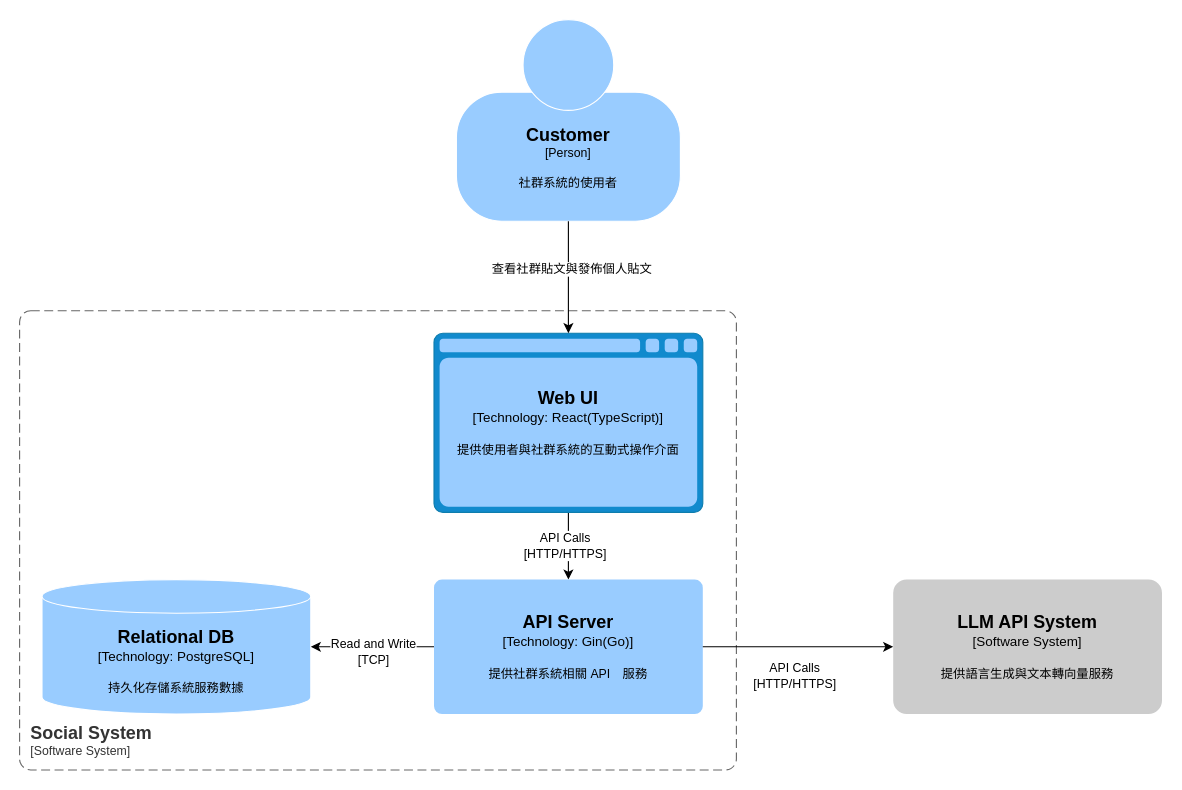
Above: page "c4-container" (1 of 2) of backend/docs/diagram/diagram.drawio in alsk1369854/social-app (draw.io), before the change. Source tidied: cells renumbered, new cells numbered last; positions are measured from the earlier drawing's top-left corner, leaving out a move shared by most shapes. Both pictures are drawn from the tidied source at 112%, with x=0, y=0 at pixel (19, 19).
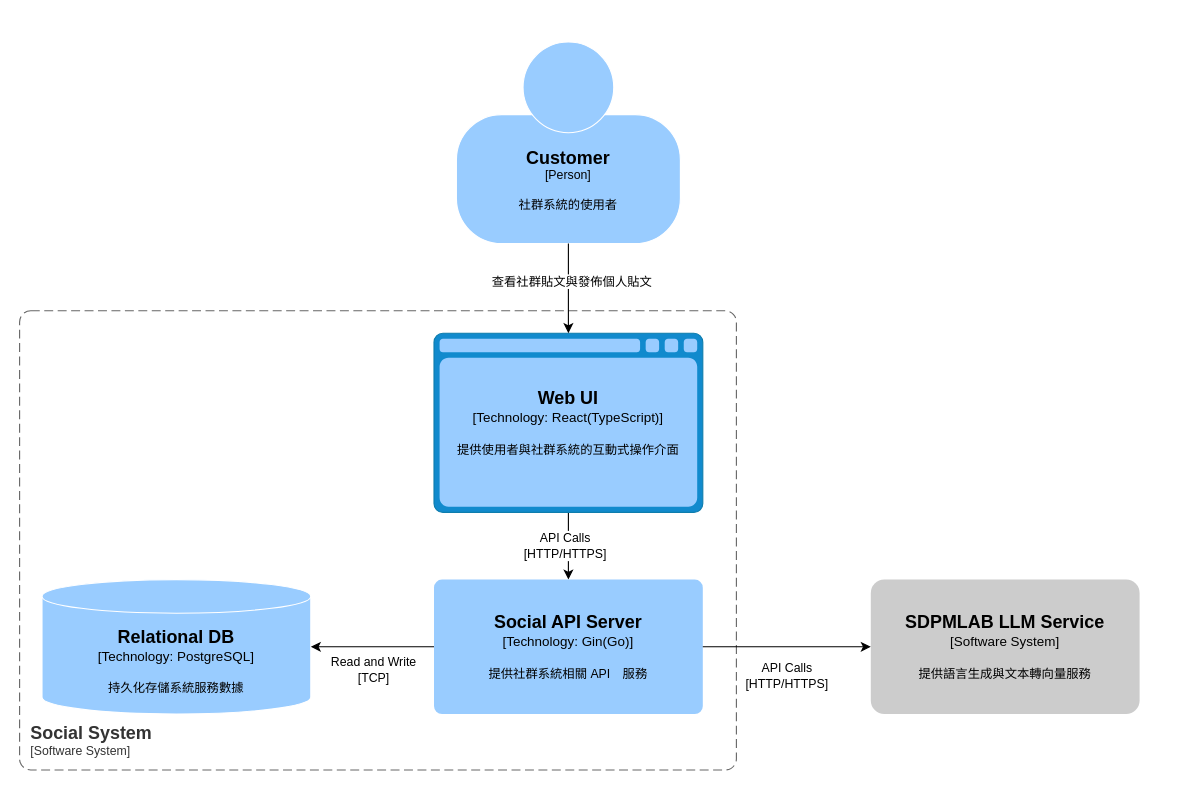
After the change.

The change refers to these unchanged cells:
```xml
<mxCell id="12" style="edgeStyle=none;html=1;entryX=1;entryY=0.5;entryDx=0;entryDy=0;entryPerimeter=0;" parent="1" edge="1" source="7" target="8">
  <mxGeometry relative="1" as="geometry" />
</mxCell>
```

Change to the diagram source:
```diff
@@
     <object id="6" label="&lt;font style=&quot;font-size: 16px&quot;&gt;&lt;b&gt;%c4Name%&lt;/b&gt;&lt;/font&gt;&lt;div&gt;[%c4Type%]&lt;/div&gt;&lt;br&gt;&lt;div&gt;&lt;font style=&quot;font-size: 11px&quot;&gt;&lt;font&gt;%c4Description%&lt;/font&gt;&lt;/font&gt;&lt;/div&gt;" c4Description="社群系統的使用者" c4Name="Customer" c4Type="Person" placeholders="1">
       <mxCell style="html=1;fontSize=11;dashed=0;whiteSpace=wrap;fillColor=light-dark(#99CCFF,#FFFFFF);strokeColor=#FFFFFF;fontColor=default;shape=mxgraph.c4.person2;align=center;points=[[0.5,0,0],[1,0.5,0],[1,0.75,0],[0.75,1,0],[0.5,1,0],[0.25,1,0],[0,0.75,0],[0,0.5,0]];labelBorderColor=none;textShadow=0;labelBackgroundColor=none;" parent="1" vertex="1">
-        <mxGeometry x="390" width="200" height="180" as="geometry" />
+        <mxGeometry x="390" y="20" width="200" height="180" as="geometry" />
       </mxCell>
     </object>
-    <object id="7" label="&lt;font style=&quot;font-size: 16px&quot;&gt;&lt;b&gt;%c4Name%&lt;/b&gt;&lt;/font&gt;&lt;div&gt;[%c4Type%: %c4Technology%]&lt;/div&gt;&lt;br&gt;&lt;div&gt;&lt;font style=&quot;font-size: 11px&quot;&gt;%c4Description%&lt;/font&gt;&lt;/div&gt;" c4Description="提供社群系統相關 API　服務" c4Name="API Server" c4Technology="Gin(Go)" c4Type="Technology" placeholders="1">
+    <object id="7" label="&lt;font style=&quot;font-size: 16px&quot;&gt;&lt;b&gt;%c4Name%&lt;/b&gt;&lt;/font&gt;&lt;div&gt;[%c4Type%: %c4Technology%]&lt;/div&gt;&lt;br&gt;&lt;div&gt;&lt;font style=&quot;font-size: 11px&quot;&gt;%c4Description%&lt;/font&gt;&lt;/div&gt;" c4Description="提供社群系統相關 API　服務" c4Name="Social API Server" c4Technology="Gin(Go)" c4Type="Technology" placeholders="1">
       <mxCell style="rounded=1;whiteSpace=wrap;html=1;labelBackgroundColor=none;fillColor=#99CCFF;fontColor=default;align=center;arcSize=6;strokeColor=none;points=[[0.25,0,0],[0.5,0,0],[0.75,0,0],[1,0.25,0],[1,0.5,0],[1,0.75,0],[0.75,1,0],[0.5,1,0],[0.25,1,0],[0,0.75,0],[0,0.5,0],[0,0.25,0]];" parent="1" vertex="1">
         <mxGeometry x="370" y="500" width="240" height="120" as="geometry" />
       </mxCell>
     </object>
@@
-    <object id="9" label="&lt;font style=&quot;font-size: 16px&quot;&gt;&lt;b&gt;%c4Name%&lt;/b&gt;&lt;/font&gt;&lt;div&gt;[%c4Type%]&lt;/div&gt;&lt;br&gt;&lt;div&gt;&lt;font style=&quot;font-size: 11px&quot;&gt;&lt;font&gt;%c4Description%&lt;/font&gt;&lt;/font&gt;&lt;/div&gt;" c4Description="提供語言生成與文本轉向量服務" c4Name="LLM API System" c4Type="Software System" placeholders="1">
+    <object id="9" label="&lt;font style=&quot;font-size: 16px&quot;&gt;&lt;b&gt;%c4Name%&lt;/b&gt;&lt;/font&gt;&lt;div&gt;[%c4Type%]&lt;/div&gt;&lt;br&gt;&lt;div&gt;&lt;font style=&quot;font-size: 11px&quot;&gt;&lt;font&gt;%c4Description%&lt;/font&gt;&lt;/font&gt;&lt;/div&gt;" c4Description="提供語言生成與文本轉向量服務" c4Name="SDPMLAB LLM Service" c4Type="Software System" placeholders="1">
       <mxCell style="rounded=1;whiteSpace=wrap;html=1;labelBackgroundColor=none;fillColor=#CCCCCC;fontColor=default;align=center;arcSize=10;strokeColor=none;points=[[0.25,0,0],[0.5,0,0],[0.75,0,0],[1,0.25,0],[1,0.5,0],[1,0.75,0],[0.75,1,0],[0.5,1,0],[0.25,1,0],[0,0.75,0],[0,0.5,0],[0,0.25,0]];" parent="1" vertex="1">
-        <mxGeometry x="780" y="500" width="240" height="120" as="geometry" />
+        <mxGeometry x="760" y="500" width="240" height="120" as="geometry" />
       </mxCell>
     </object>
@@
     <mxCell id="13" value="&lt;div&gt;Read and Write&lt;/div&gt;&lt;span style=&quot;color: rgb(0, 0, 0);&quot;&gt;[TCP]&lt;/span&gt;" style="edgeLabel;html=1;align=center;verticalAlign=middle;" parent="12" vertex="1">
       <mxGeometry x="-0.02" y="4" relative="1" as="geometry">
-        <mxPoint x="-1" as="offset" />
+        <mxPoint x="-1" y="16" as="offset" />
       </mxGeometry>
     </mxCell>
```
